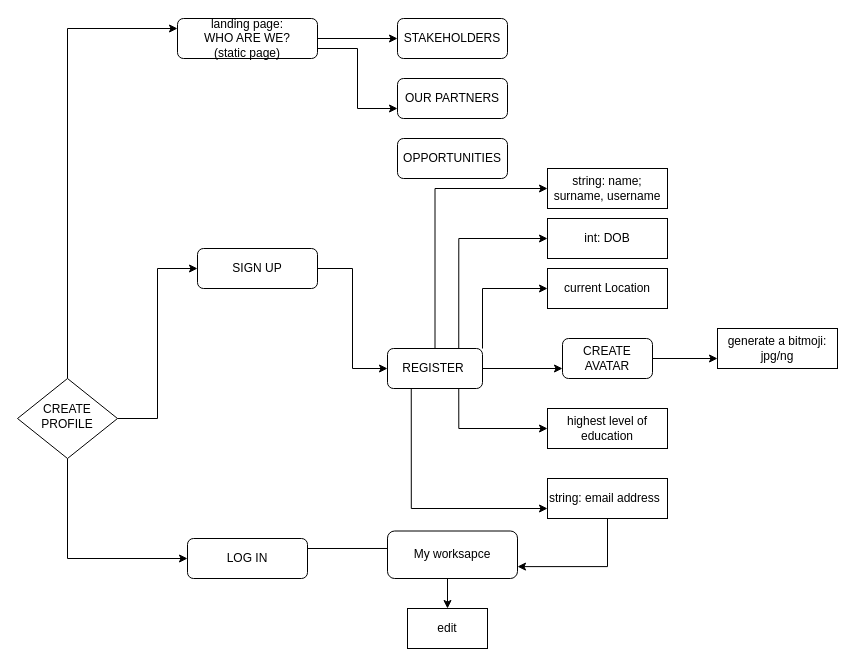
This is page "create profile" (1 of 4) of Untitled Diagram.drawio from data-immigrant/flowchart-wireframes-, a draw.io file, before an edit. Source tidied: cells renumbered, new cells numbered last; positions are measured from the earlier drawing's top-left corner, leaving out a move shared by most shapes. Both pictures are drawn from the tidied source at 100%, with x=0, y=0 at pixel (17, 18).
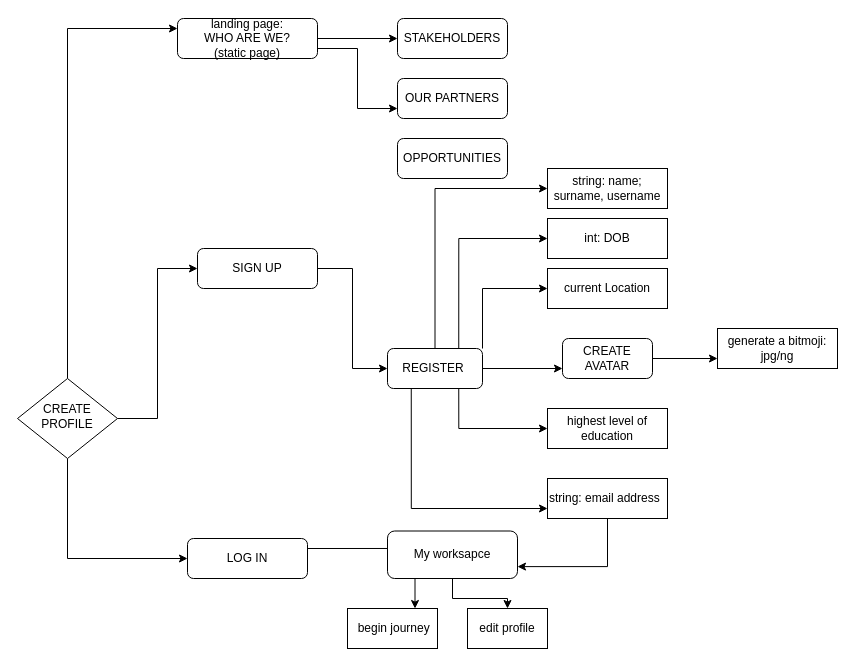
Above is the later version.

The change refers to these unchanged cells:
```xml
<mxCell id="28" value="My worksapce" style="rounded=1;whiteSpace=wrap;html=1;fontFamily=Helvetica;align=center;" parent="1" vertex="1">
  <mxGeometry x="370" y="512.5" width="130" height="47.5" as="geometry" />
</mxCell>
```

The edit, as a diff of the source:
```diff
@@
+    <mxCell id="35" style="edgeStyle=orthogonalEdgeStyle;rounded=0;jettySize=auto;html=1;exitX=0.25;exitY=1;exitDx=0;exitDy=0;entryX=0.75;entryY=0;entryDx=0;entryDy=0;fontFamily=Helvetica;" parent="1" edge="1" source="28" target="36">
+      <mxGeometry relative="1" as="geometry" />
+    </mxCell>
@@
-    <mxCell id="29" value="edit" style="rounded=0;whiteSpace=wrap;html=1;fontFamily=Helvetica;align=center;" parent="1" vertex="1">
-      <mxGeometry x="390" y="590" width="80" height="40" as="geometry" />
+    <mxCell id="29" value="edit profile" style="rounded=0;whiteSpace=wrap;html=1;fontFamily=Helvetica;align=center;" parent="1" vertex="1">
+      <mxGeometry x="450" y="590" width="80" height="40" as="geometry" />
     </mxCell>
@@
+    <mxCell id="36" value="&amp;nbsp;begin journey" style="rounded=0;whiteSpace=wrap;html=1;fontFamily=Helvetica;align=center;" parent="1" vertex="1">
+      <mxGeometry x="330" y="590" width="90" height="40" as="geometry" />
+    </mxCell>
```
